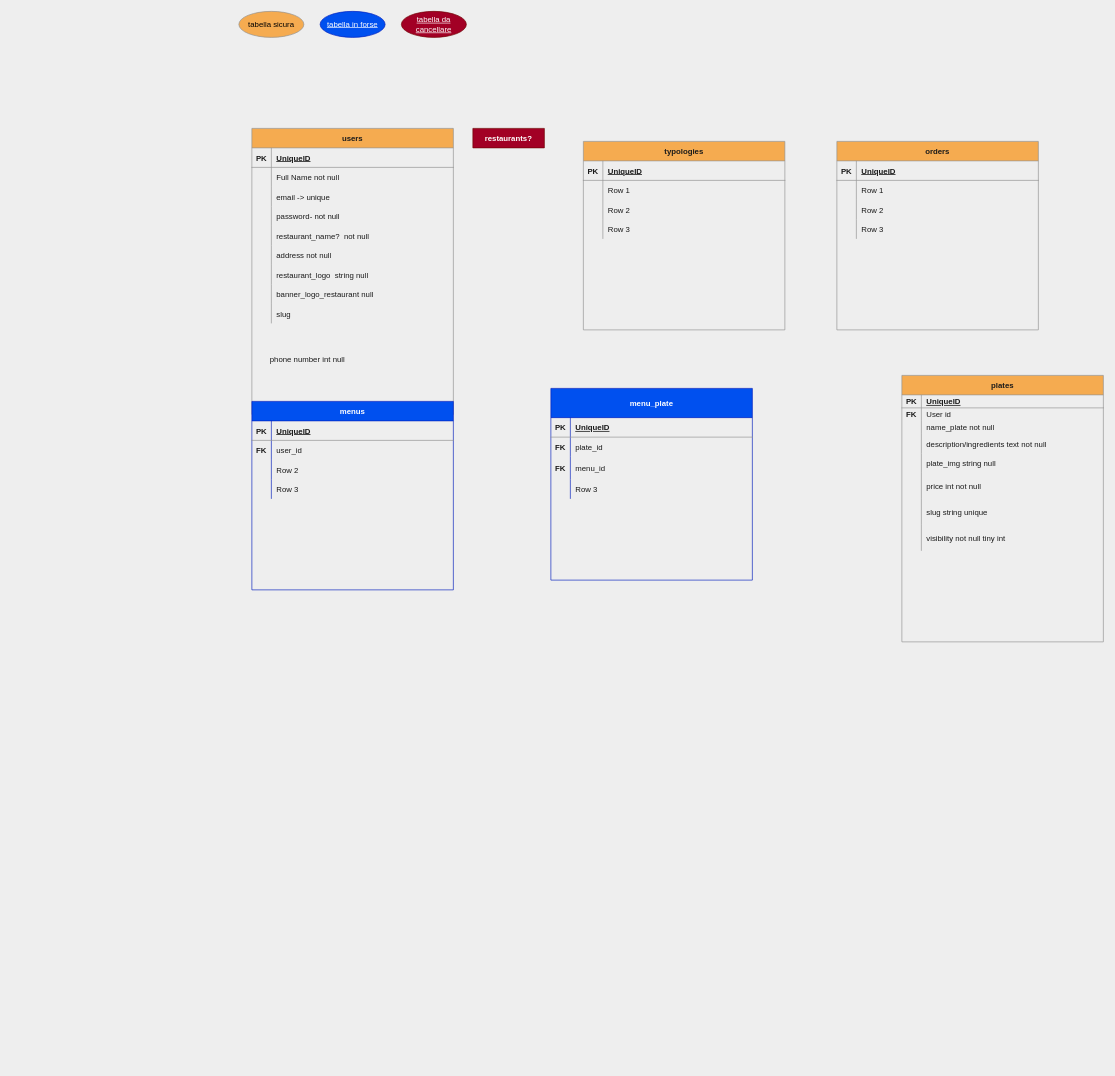
Above: db_tables.drawio in Alfredloz/fast-n-food (draw.io), before the change. Source tidied: cells renumbered, new cells numbered last; positions are measured from the earlier drawing's top-left corner, leaving out a move shared by most shapes. Both pictures are drawn from the tidied source at 65%, with x=0, y=0 at pixel (239, 11).
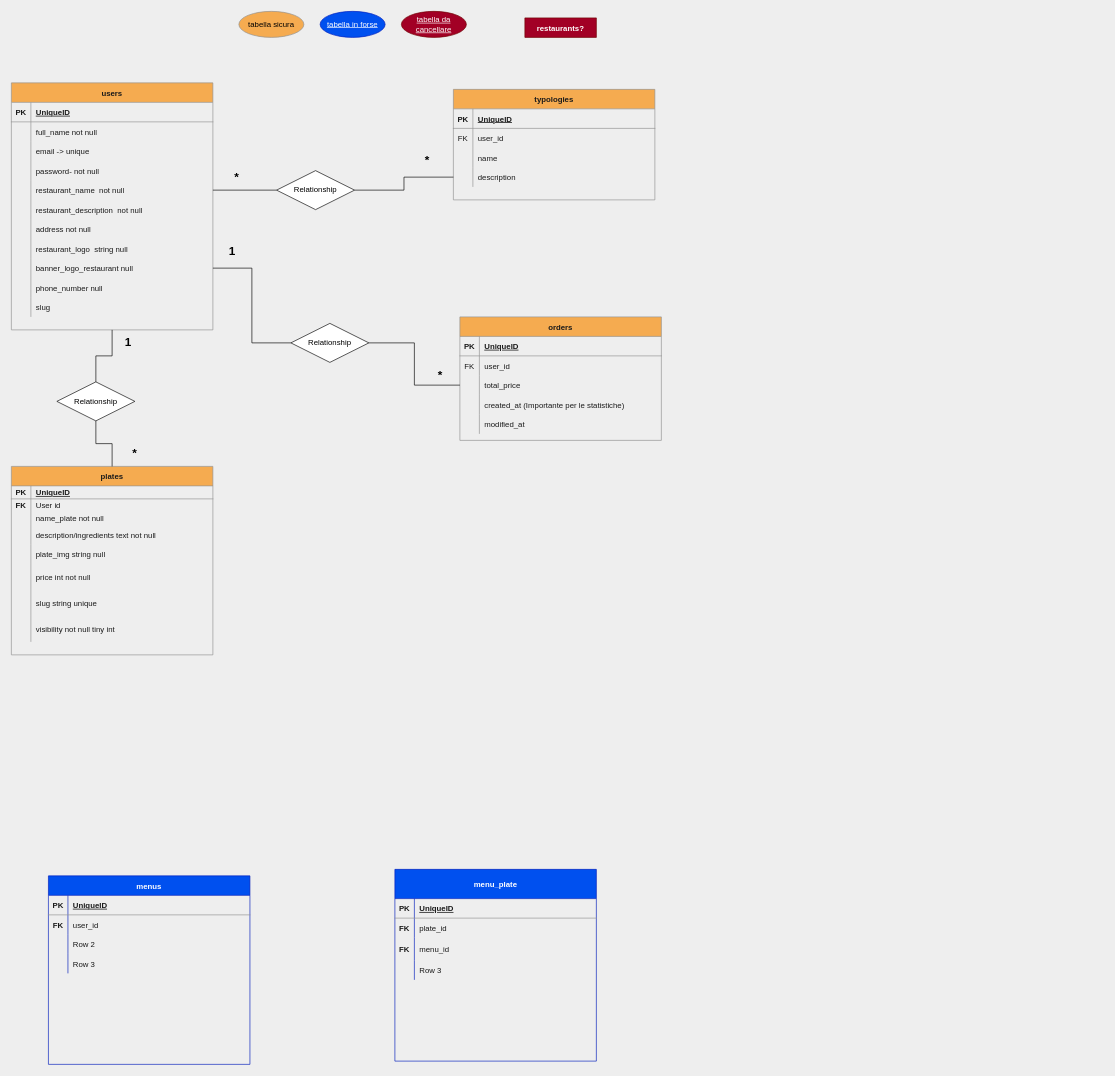
The same page after the edit.

Commit message:
completate tabelle e aggiunte le relazioni

The change refers to these unchanged cells:
```xml
<mxCell id="6" style="shape=partialRectangle;fillColor=none;top=0;left=0;bottom=0;right=0;strokeColor=#909090;fontColor=#1A1A1A;" parent="2" vertex="1">
  <mxGeometry y="60" width="310" height="30" as="geometry" />
</mxCell>
<mxCell id="15" style="shape=partialRectangle;fillColor=none;top=0;left=0;bottom=0;right=0;points=[[0,0.5],[1,0.5]];portConstraint=eastwest;strokeColor=#909090;fontColor=#1A1A1A;" parent="2" vertex="1">
  <mxGeometry y="150" width="310" height="30" as="geometry" />
</mxCell>
<mxCell id="35" style="shape=partialRectangle;fillColor=none;top=0;left=0;bottom=0;right=0;strokeColor=#909090;fontColor=#1A1A1A;" parent="31" vertex="1">
  <mxGeometry y="60" width="310" height="30" as="geometry" />
</mxCell>
<mxCell id="38" style="shape=partialRectangle;fillColor=none;top=0;left=0;bottom=0;right=0;strokeColor=#909090;fontColor=#1A1A1A;" parent="31" vertex="1">
  <mxGeometry y="90" width="310" height="30" as="geometry" />
</mxCell>
<mxCell id="41" style="shape=partialRectangle;fillColor=none;top=0;left=0;bottom=0;right=0;points=[[0,0.5],[1,0.5]];portConstraint=eastwest;strokeColor=#909090;fontColor=#1A1A1A;" parent="31" vertex="1">
  <mxGeometry y="120" width="310" height="30" as="geometry" />
</mxCell>
<mxCell id="86" style="shape=partialRectangle;fillColor=none;top=0;left=0;bottom=0;right=0;strokeColor=#909090;fontColor=#1A1A1A;" parent="82" vertex="1">
  <mxGeometry y="60" width="310" height="30" as="geometry" />
</mxCell>
<mxCell id="89" style="shape=partialRectangle;fillColor=none;top=0;left=0;bottom=0;right=0;points=[[0,0.5],[1,0.5]];portConstraint=eastwest;strokeColor=#909090;fontColor=#1A1A1A;" parent="82" vertex="1">
  <mxGeometry y="90" width="310" height="30" as="geometry" />
</mxCell>
<mxCell id="92" style="shape=partialRectangle;fillColor=none;top=0;left=0;bottom=0;right=0;strokeColor=#909090;fontColor=#1A1A1A;" parent="82" vertex="1">
  <mxGeometry y="120" width="310" height="30" as="geometry" />
</mxCell>
```

The edit, as a diff of the source:
```diff
@@
     <mxCell id="2" value="users" style="shape=table;startSize=30;childLayout=tableLayout;rowLines=0;fontStyle=1;align=center;fillColor=#F5AB50;strokeColor=#909090;fontColor=#1A1A1A;" parent="1" vertex="1">
-      <mxGeometry x="20" y="180" width="310" height="440" as="geometry" />
+      <mxGeometry x="-350" y="110" width="310" height="380" as="geometry" />
     </mxCell>
@@
-    <mxCell id="8" value="Full Name not null" style="shape=partialRectangle;fillColor=none;top=0;left=0;bottom=0;right=0;align=left;spacingLeft=6;overflow=hidden;strokeColor=#909090;fontColor=#1A1A1A;" parent="6" vertex="1">
+    <mxCell id="8" value="full_name not null" style="shape=partialRectangle;fillColor=none;top=0;left=0;bottom=0;right=0;align=left;spacingLeft=6;overflow=hidden;strokeColor=#909090;fontColor=#1A1A1A;" parent="6" vertex="1">
       <mxGeometry x="30" width="280" height="30" as="geometry" />
     </mxCell>
@@
-    <mxCell id="17" value="restaurant_name?  not null" style="shape=partialRectangle;fillColor=none;top=0;left=0;bottom=0;right=0;align=left;spacingLeft=6;overflow=hidden;strokeColor=#909090;fontColor=#1A1A1A;" parent="15" vertex="1">
+    <mxCell id="17" value="restaurant_name  not null" style="shape=partialRectangle;fillColor=none;top=0;left=0;bottom=0;right=0;align=left;spacingLeft=6;overflow=hidden;strokeColor=#909090;fontColor=#1A1A1A;" parent="15" vertex="1">
       <mxGeometry x="30" width="280" height="30" as="geometry" />
     </mxCell>
+    <mxCell id="112" style="shape=partialRectangle;fillColor=none;top=0;left=0;bottom=0;right=0;strokeColor=#909090;fontColor=#1A1A1A;" parent="2" vertex="1">
+      <mxGeometry y="180" width="310" height="30" as="geometry" />
+    </mxCell>
+    <mxCell id="113" style="shape=partialRectangle;fillColor=none;top=0;left=0;bottom=0;right=0;overflow=hidden;strokeColor=#909090;fontColor=#1A1A1A;" parent="112" vertex="1">
+      <mxGeometry width="30" height="30" as="geometry" />
+    </mxCell>
+    <mxCell id="114" value="restaurant_description  not null" style="shape=partialRectangle;fillColor=none;top=0;left=0;bottom=0;right=0;align=left;spacingLeft=6;overflow=hidden;strokeColor=#909090;fontColor=#1A1A1A;" parent="112" vertex="1">
+      <mxGeometry x="30" width="280" height="30" as="geometry" />
+    </mxCell>
     <mxCell id="18" style="shape=partialRectangle;fillColor=none;top=0;left=0;bottom=0;right=0;strokeColor=#909090;fontColor=#1A1A1A;" parent="2" vertex="1">
-      <mxGeometry y="180" width="310" height="30" as="geometry" />
+      <mxGeometry y="210" width="310" height="30" as="geometry" />
     </mxCell>
@@
     <mxCell id="21" style="shape=partialRectangle;fillColor=none;top=0;left=0;bottom=0;right=0;strokeColor=#909090;fontColor=#1A1A1A;" parent="2" vertex="1">
-      <mxGeometry y="210" width="310" height="30" as="geometry" />
+      <mxGeometry y="240" width="310" height="30" as="geometry" />
     </mxCell>
@@
     <mxCell id="24" style="shape=partialRectangle;fillColor=none;top=0;left=0;bottom=0;right=0;points=[[0,0.5],[1,0.5]];portConstraint=eastwest;strokeColor=#909090;fontColor=#1A1A1A;" parent="2" vertex="1">
-      <mxGeometry y="240" width="310" height="30" as="geometry" />
+      <mxGeometry y="270" width="310" height="30" as="geometry" />
     </mxCell>
@@
+    <mxCell id="115" style="shape=partialRectangle;fillColor=none;top=0;left=0;bottom=0;right=0;strokeColor=#909090;fontColor=#1A1A1A;" parent="2" vertex="1">
+      <mxGeometry y="300" width="310" height="30" as="geometry" />
+    </mxCell>
+    <mxCell id="116" style="shape=partialRectangle;fillColor=none;top=0;left=0;bottom=0;right=0;overflow=hidden;strokeColor=#909090;fontColor=#1A1A1A;" parent="115" vertex="1">
+      <mxGeometry width="30" height="30" as="geometry" />
+    </mxCell>
+    <mxCell id="117" value="phone_number null" style="shape=partialRectangle;fillColor=none;top=0;left=0;bottom=0;right=0;align=left;spacingLeft=6;overflow=hidden;strokeColor=#909090;fontColor=#1A1A1A;" parent="115" vertex="1">
+      <mxGeometry x="30" width="280" height="30" as="geometry" />
+    </mxCell>
     <mxCell id="27" style="shape=partialRectangle;fillColor=none;top=0;left=0;bottom=0;right=0;strokeColor=#909090;fontColor=#1A1A1A;" parent="2" vertex="1">
-      <mxGeometry y="270" width="310" height="30" as="geometry" />
+      <mxGeometry y="330" width="310" height="30" as="geometry" />
     </mxCell>
@@
     <mxCell id="30" value="restaurants?" style="shape=table;startSize=30;childLayout=tableLayout;rowLines=0;fontStyle=1;align=center;fillColor=#a20025;strokeColor=#6F0000;fontColor=#ffffff;" parent="1" vertex="1" collapsed="1">
-      <mxGeometry x="360" y="180" width="110" height="30" as="geometry" />
+      <mxGeometry x="440" y="10" width="110" height="30" as="geometry" />
     </mxCell>
     <mxCell id="31" value="typologies" style="shape=table;startSize=30;childLayout=tableLayout;rowLines=0;fontStyle=1;align=center;fillColor=#F5AB50;strokeColor=#909090;fontColor=#1A1A1A;" parent="1" vertex="1">
-      <mxGeometry x="530" y="200" width="310" height="290" as="geometry" />
+      <mxGeometry x="330" y="120" width="310" height="170" as="geometry" />
     </mxCell>
@@
-    <mxCell id="36" style="shape=partialRectangle;fillColor=none;top=0;left=0;bottom=0;right=0;overflow=hidden;strokeColor=#909090;fontColor=#1A1A1A;" parent="35" vertex="1">
+    <mxCell id="36" value="FK" style="shape=partialRectangle;fillColor=none;top=0;left=0;bottom=0;right=0;overflow=hidden;strokeColor=#909090;fontColor=#1A1A1A;" parent="35" vertex="1">
       <mxGeometry width="30" height="30" as="geometry" />
     </mxCell>
-    <mxCell id="37" value="Row 1" style="shape=partialRectangle;fillColor=none;top=0;left=0;bottom=0;right=0;align=left;spacingLeft=6;overflow=hidden;strokeColor=#909090;fontColor=#1A1A1A;" parent="35" vertex="1">
+    <mxCell id="37" value="user_id" style="shape=partialRectangle;fillColor=none;top=0;left=0;bottom=0;right=0;align=left;spacingLeft=6;overflow=hidden;strokeColor=#909090;fontColor=#1A1A1A;" parent="35" vertex="1">
       <mxGeometry x="30" width="280" height="30" as="geometry" />
     </mxCell>
@@
-    <mxCell id="40" value="Row 2" style="shape=partialRectangle;fillColor=none;top=0;left=0;bottom=0;right=0;align=left;spacingLeft=6;overflow=hidden;strokeColor=#909090;fontColor=#1A1A1A;" parent="38" vertex="1">
+    <mxCell id="40" value="name" style="shape=partialRectangle;fillColor=none;top=0;left=0;bottom=0;right=0;align=left;spacingLeft=6;overflow=hidden;strokeColor=#909090;fontColor=#1A1A1A;" parent="38" vertex="1">
       <mxGeometry x="30" width="280" height="30" as="geometry" />
     </mxCell>
@@
-    <mxCell id="43" value="Row 3" style="shape=partialRectangle;fillColor=none;top=0;left=0;bottom=0;right=0;align=left;spacingLeft=6;overflow=hidden;strokeColor=#909090;fontColor=#1A1A1A;" parent="41" vertex="1">
+    <mxCell id="43" value="description" style="shape=partialRectangle;fillColor=none;top=0;left=0;bottom=0;right=0;align=left;spacingLeft=6;overflow=hidden;strokeColor=#909090;fontColor=#1A1A1A;" parent="41" vertex="1">
       <mxGeometry x="30" width="280" height="30" as="geometry" />
     </mxCell>
     <mxCell id="44" value="menus" style="shape=table;startSize=30;childLayout=tableLayout;rowLines=0;fontStyle=1;align=center;fillColor=#0050ef;strokeColor=#001DBC;fontColor=#ffffff;" parent="1" vertex="1">
-      <mxGeometry x="20" y="600" width="310" height="290" as="geometry" />
+      <mxGeometry x="-293" y="1330" width="310" height="290" as="geometry" />
     </mxCell>
@@
     <mxCell id="57" value="plates" style="shape=table;startSize=30;childLayout=tableLayout;rowLines=0;fontStyle=1;align=center;fillColor=#F5AB50;strokeColor=#909090;fontColor=#1A1A1A;" parent="1" vertex="1">
-      <mxGeometry x="1020" y="560" width="310" height="410" as="geometry" />
+      <mxGeometry x="-350" y="700" width="310" height="290" as="geometry" />
     </mxCell>
@@
     <mxCell id="82" value="orders" style="shape=table;startSize=30;childLayout=tableLayout;rowLines=0;fontStyle=1;align=center;fillColor=#F5AB50;strokeColor=#909090;fontColor=#1A1A1A;" parent="1" vertex="1">
-      <mxGeometry x="920" y="200" width="310" height="290" as="geometry" />
+      <mxGeometry x="340" y="470" width="310" height="190" as="geometry" />
     </mxCell>
@@
-    <mxCell id="87" style="shape=partialRectangle;fillColor=none;top=0;left=0;bottom=0;right=0;overflow=hidden;strokeColor=#909090;fontColor=#1A1A1A;" parent="86" vertex="1">
+    <mxCell id="87" value="FK" style="shape=partialRectangle;fillColor=none;top=0;left=0;bottom=0;right=0;overflow=hidden;strokeColor=#909090;fontColor=#1A1A1A;" parent="86" vertex="1">
       <mxGeometry width="30" height="30" as="geometry" />
     </mxCell>
-    <mxCell id="88" value="Row 1" style="shape=partialRectangle;fillColor=none;top=0;left=0;bottom=0;right=0;align=left;spacingLeft=6;overflow=hidden;strokeColor=#909090;fontColor=#1A1A1A;" parent="86" vertex="1">
+    <mxCell id="88" value="user_id" style="shape=partialRectangle;fillColor=none;top=0;left=0;bottom=0;right=0;align=left;spacingLeft=6;overflow=hidden;strokeColor=#909090;fontColor=#1A1A1A;" parent="86" vertex="1">
       <mxGeometry x="30" width="280" height="30" as="geometry" />
     </mxCell>
@@
-    <mxCell id="91" value="Row 2" style="shape=partialRectangle;fillColor=none;top=0;left=0;bottom=0;right=0;align=left;spacingLeft=6;overflow=hidden;strokeColor=#909090;fontColor=#1A1A1A;" parent="89" vertex="1">
+    <mxCell id="91" value="total_price" style="shape=partialRectangle;fillColor=none;top=0;left=0;bottom=0;right=0;align=left;spacingLeft=6;overflow=hidden;strokeColor=#909090;fontColor=#1A1A1A;" parent="89" vertex="1">
       <mxGeometry x="30" width="280" height="30" as="geometry" />
     </mxCell>
@@
-    <mxCell id="94" value="Row 3" style="shape=partialRectangle;fillColor=none;top=0;left=0;bottom=0;right=0;align=left;spacingLeft=6;overflow=hidden;strokeColor=#909090;fontColor=#1A1A1A;" parent="92" vertex="1">
+    <mxCell id="94" value="created_at (Importante per le statistiche)" style="shape=partialRectangle;fillColor=none;top=0;left=0;bottom=0;right=0;align=left;spacingLeft=6;overflow=hidden;strokeColor=#909090;fontColor=#1A1A1A;" parent="92" vertex="1">
       <mxGeometry x="30" width="280" height="30" as="geometry" />
     </mxCell>
+    <mxCell id="118" style="shape=partialRectangle;fillColor=none;top=0;left=0;bottom=0;right=0;strokeColor=#909090;fontColor=#1A1A1A;" parent="82" vertex="1">
+      <mxGeometry y="150" width="310" height="30" as="geometry" />
+    </mxCell>
+    <mxCell id="119" style="shape=partialRectangle;fillColor=none;top=0;left=0;bottom=0;right=0;overflow=hidden;strokeColor=#909090;fontColor=#1A1A1A;" parent="118" vertex="1">
+      <mxGeometry width="30" height="30" as="geometry" />
+    </mxCell>
+    <mxCell id="120" value="modified_at" style="shape=partialRectangle;fillColor=none;top=0;left=0;bottom=0;right=0;align=left;spacingLeft=6;overflow=hidden;strokeColor=#909090;fontColor=#1A1A1A;" parent="118" vertex="1">
+      <mxGeometry x="30" width="280" height="30" as="geometry" />
+    </mxCell>
     <mxCell id="95" value="menu_plate" style="shape=table;startSize=45;childLayout=tableLayout;rowLines=0;fontStyle=1;align=center;fillColor=#0050ef;strokeColor=#001DBC;fontColor=#ffffff;" parent="1" vertex="1">
-      <mxGeometry x="480" y="580" width="310" height="295" as="geometry" />
+      <mxGeometry x="240" y="1320" width="310" height="295" as="geometry" />
     </mxCell>
@@
-    <mxCell id="108" value="phone number int null" style="shape=partialRectangle;fillColor=none;top=0;left=0;bottom=0;right=0;align=left;spacingLeft=6;overflow=hidden;strokeColor=#909090;fontColor=#1A1A1A;" parent="1" vertex="1">
-      <mxGeometry x="40" y="520" width="280" height="30" as="geometry" />
-    </mxCell>
@@
+    <mxCell id="121" style="edgeStyle=orthogonalEdgeStyle;rounded=0;jettySize=auto;html=1;exitX=0;exitY=0.5;exitDx=0;exitDy=0;entryX=1;entryY=0.5;entryDx=0;entryDy=0;strokeColor=#000000;endArrow=none;endFill=0;" parent="1" edge="1" source="123" target="15">
+      <mxGeometry relative="1" as="geometry" />
+    </mxCell>
+    <mxCell id="122" style="edgeStyle=orthogonalEdgeStyle;rounded=0;jettySize=auto;html=1;exitX=1;exitY=0.5;exitDx=0;exitDy=0;endArrow=none;endFill=0;strokeColor=#000000;entryX=0;entryY=0.5;entryDx=0;entryDy=0;" parent="1" edge="1" source="123" target="41">
+      <mxGeometry relative="1" as="geometry" />
+    </mxCell>
+    <mxCell id="123" value="Relationship" style="shape=rhombus;perimeter=rhombusPerimeter;whiteSpace=wrap;html=1;align=center;" parent="1" vertex="1">
+      <mxGeometry x="58" y="245" width="120" height="60" as="geometry" />
+    </mxCell>
+    <mxCell id="124" value="&lt;font style=&quot;font-size: 18px&quot;&gt;&lt;b&gt;*&lt;/b&gt;&lt;/font&gt;" style="text;html=1;strokeColor=none;align=center;verticalAlign=middle;whiteSpace=wrap;rounded=0;fontColor=#000000;" parent="1" vertex="1">
+      <mxGeometry x="270" y="220" width="40" height="20" as="geometry" />
+    </mxCell>
+    <mxCell id="125" value="&lt;font style=&quot;font-size: 18px&quot;&gt;&lt;b&gt;*&lt;/b&gt;&lt;/font&gt;" style="text;html=1;strokeColor=none;align=center;verticalAlign=middle;whiteSpace=wrap;rounded=0;fontColor=#000000;" parent="1" vertex="1">
+      <mxGeometry x="-23" y="245" width="40" height="20" as="geometry" />
+    </mxCell>
+    <mxCell id="126" style="edgeStyle=orthogonalEdgeStyle;rounded=0;jettySize=auto;html=1;exitX=0.5;exitY=0;exitDx=0;exitDy=0;entryX=0.5;entryY=1;entryDx=0;entryDy=0;endArrow=none;endFill=0;strokeColor=#000000;fontColor=#000000;" parent="1" edge="1" source="128" target="2">
+      <mxGeometry relative="1" as="geometry" />
+    </mxCell>
+    <mxCell id="127" style="edgeStyle=orthogonalEdgeStyle;rounded=0;jettySize=auto;html=1;exitX=0.5;exitY=1;exitDx=0;exitDy=0;entryX=0.5;entryY=0;entryDx=0;entryDy=0;endArrow=none;endFill=0;strokeColor=#000000;fontColor=#000000;" parent="1" edge="1" source="128" target="57">
+      <mxGeometry relative="1" as="geometry" />
+    </mxCell>
+    <mxCell id="128" value="Relationship" style="shape=rhombus;perimeter=rhombusPerimeter;whiteSpace=wrap;html=1;align=center;" parent="1" vertex="1">
+      <mxGeometry x="-280" y="570" width="120" height="60" as="geometry" />
+    </mxCell>
+    <mxCell id="129" value="&lt;font style=&quot;font-size: 18px&quot;&gt;&lt;b&gt;*&lt;/b&gt;&lt;/font&gt;" style="text;html=1;strokeColor=none;align=center;verticalAlign=middle;whiteSpace=wrap;rounded=0;fontColor=#000000;" parent="1" vertex="1">
+      <mxGeometry x="-180" y="670" width="40" height="20" as="geometry" />
+    </mxCell>
+    <mxCell id="130" value="&lt;font style=&quot;font-size: 18px&quot;&gt;&lt;b&gt;1&lt;/b&gt;&lt;/font&gt;" style="text;html=1;strokeColor=none;align=center;verticalAlign=middle;whiteSpace=wrap;rounded=0;fontColor=#000000;" parent="1" vertex="1">
+      <mxGeometry x="-190" y="500" width="40" height="20" as="geometry" />
+    </mxCell>
+    <mxCell id="131" style="edgeStyle=orthogonalEdgeStyle;rounded=0;jettySize=auto;html=1;exitX=1;exitY=0.5;exitDx=0;exitDy=0;entryX=0;entryY=0.5;entryDx=0;entryDy=0;endArrow=none;endFill=0;strokeColor=#000000;fontColor=#000000;" parent="1" edge="1" source="133" target="89">
+      <mxGeometry relative="1" as="geometry" />
+    </mxCell>
+    <mxCell id="132" style="edgeStyle=orthogonalEdgeStyle;rounded=0;jettySize=auto;html=1;exitX=0;exitY=0.5;exitDx=0;exitDy=0;entryX=1;entryY=0.5;entryDx=0;entryDy=0;endArrow=none;endFill=0;strokeColor=#000000;fontColor=#000000;" parent="1" edge="1" source="133" target="24">
+      <mxGeometry relative="1" as="geometry" />
+    </mxCell>
+    <mxCell id="133" value="Relationship" style="shape=rhombus;perimeter=rhombusPerimeter;whiteSpace=wrap;html=1;align=center;" parent="1" vertex="1">
+      <mxGeometry x="80" y="480" width="120" height="60" as="geometry" />
+    </mxCell>
+    <mxCell id="134" value="&lt;font style=&quot;font-size: 18px&quot;&gt;&lt;b&gt;*&lt;/b&gt;&lt;/font&gt;" style="text;html=1;strokeColor=none;align=center;verticalAlign=middle;whiteSpace=wrap;rounded=0;fontColor=#000000;" parent="1" vertex="1">
+      <mxGeometry x="290" y="550" width="40" height="20" as="geometry" />
+    </mxCell>
+    <mxCell id="135" value="&lt;font style=&quot;font-size: 18px&quot;&gt;&lt;b&gt;1&lt;/b&gt;&lt;/font&gt;" style="text;html=1;strokeColor=none;align=center;verticalAlign=middle;whiteSpace=wrap;rounded=0;fontColor=#000000;" parent="1" vertex="1">
+      <mxGeometry x="-30" y="360" width="40" height="20" as="geometry" />
+    </mxCell>
```
